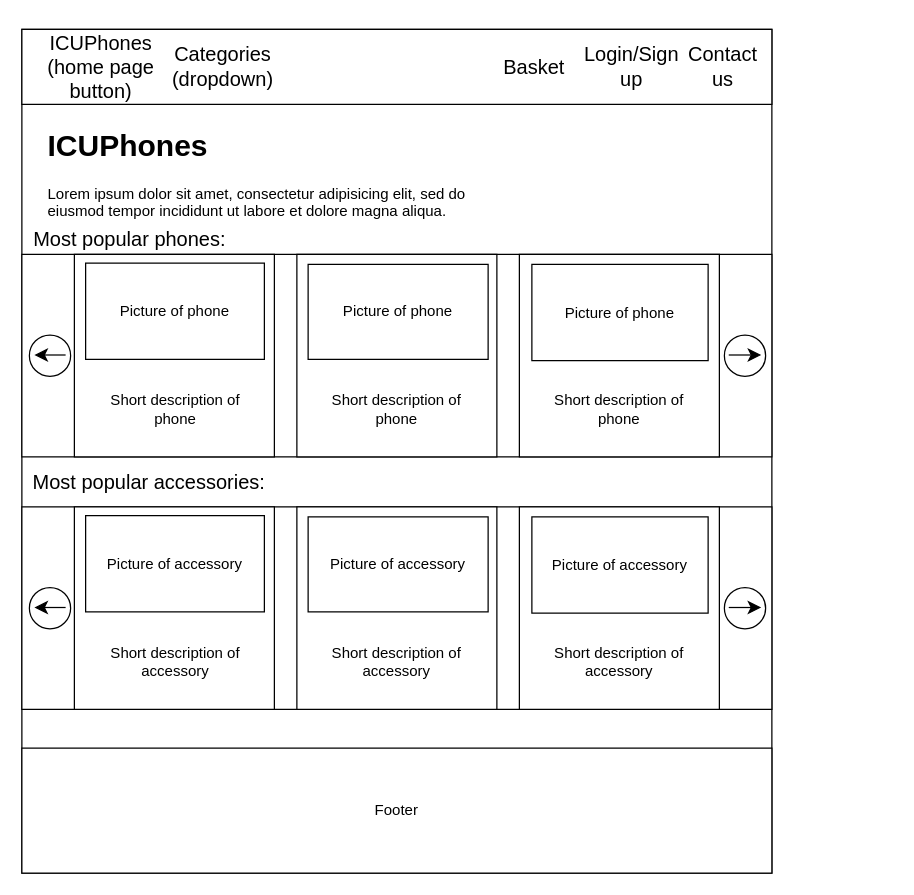
Above: page "Home page" (1 of 8) of wireframes/Wireframe design B.drawio in Adam-Spenton/unit_13_assignment_2_Adam_Spenton (draw.io), before the change. Source tidied: cells renumbered, new cells numbered last; positions are measured from the earlier drawing's top-left corner, leaving out a move shared by most shapes. Both pictures are drawn from the tidied source at 125%, with x=0, y=0 at pixel (21, 29).
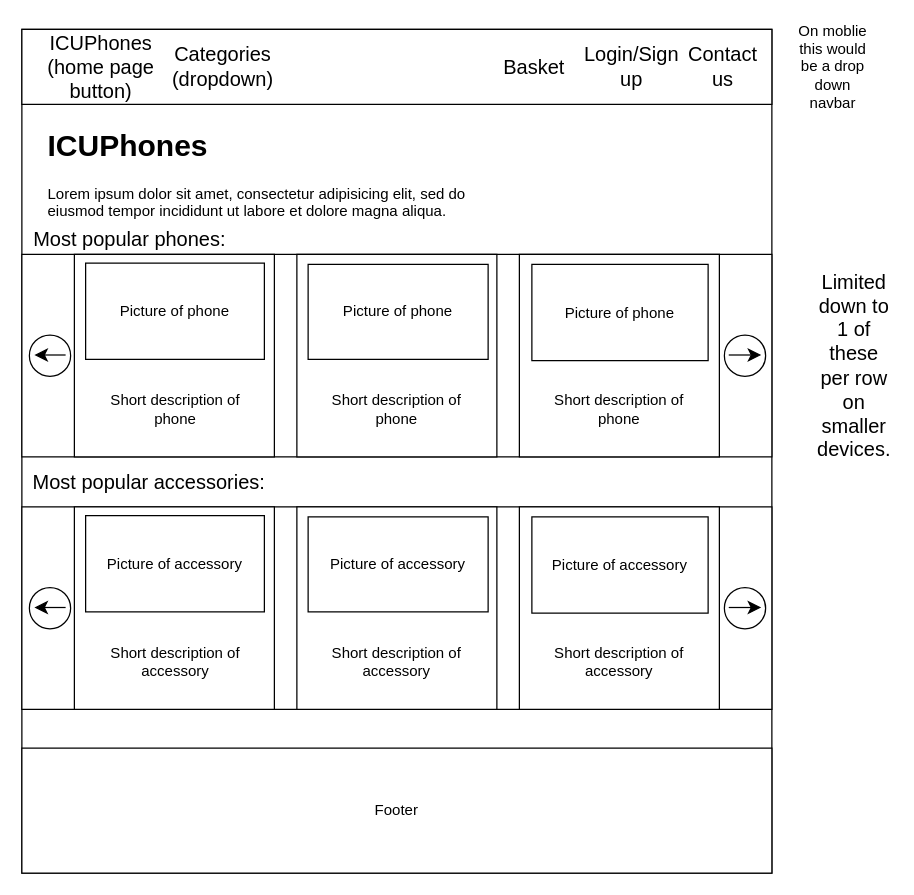
After the change.

Change to the diagram source:
```diff
@@
+    <mxCell id="41" value="Limited down to 1 of these per row on smaller devices." style="text;html=1;align=center;verticalAlign=middle;whiteSpace=wrap;rounded=0;fontSize=16;" parent="1" vertex="1">
+      <mxGeometry x="636" y="254" width="60" height="30" as="geometry" />
+    </mxCell>
+    <mxCell id="42" value="On moblie this would be a drop down navbar" style="text;html=1;align=center;verticalAlign=middle;whiteSpace=wrap;rounded=0;" parent="1" vertex="1">
+      <mxGeometry x="619" y="15" width="60" height="30" as="geometry" />
+    </mxCell>
```
